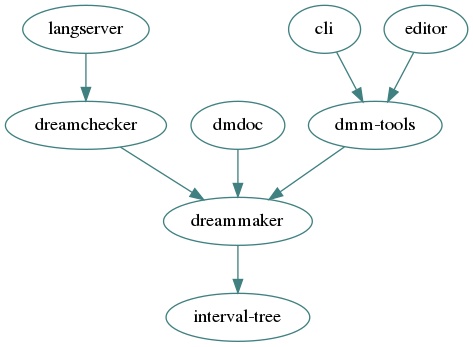
Before: crates/dependencies.png, a diagram exported from Graphviz (SpaceManiac/SpacemanDMM). Its source is kept beside it as crates/dependencies.dot. Its diagram source:
```dot
strict digraph {
    graph [bgcolor="transparent"]
    node [color="#408080"; style="filled"; fillcolor="white"]
    edge [color="#408080"]

    "langserver" -> "dreamchecker"
    "dreamchecker" -> "dreammaker"
    "dreammaker" -> "interval-tree"
    "dmdoc" -> "dreammaker"
    "dmm-tools" -> "dreammaker"
    "cli" -> "dmm-tools"
    "editor" -> "dmm-tools"
}
```
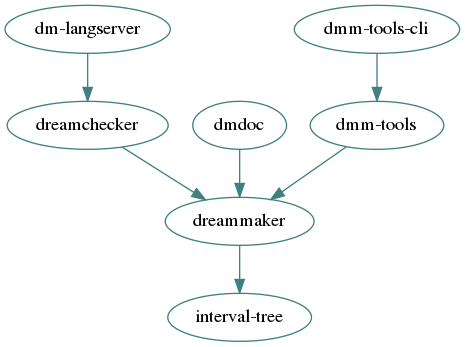
After the commit.

The edit, as a diff of the source:
```diff
@@ -3,11 +3,11 @@
     node [color="#408080"; style="filled"; fillcolor="white"]
     edge [color="#408080"]
 
-    "langserver" -> "dreamchecker"
+    "dm-langserver" -> "dreamchecker"
     "dreamchecker" -> "dreammaker"
     "dreammaker" -> "interval-tree"
     "dmdoc" -> "dreammaker"
     "dmm-tools" -> "dreammaker"
-    "cli" -> "dmm-tools"
-    "editor" -> "dmm-tools"
+    "dmm-tools-cli" -> "dmm-tools"
+    #"spaceman-dmm" -> "dmm-tools"
 }
```
